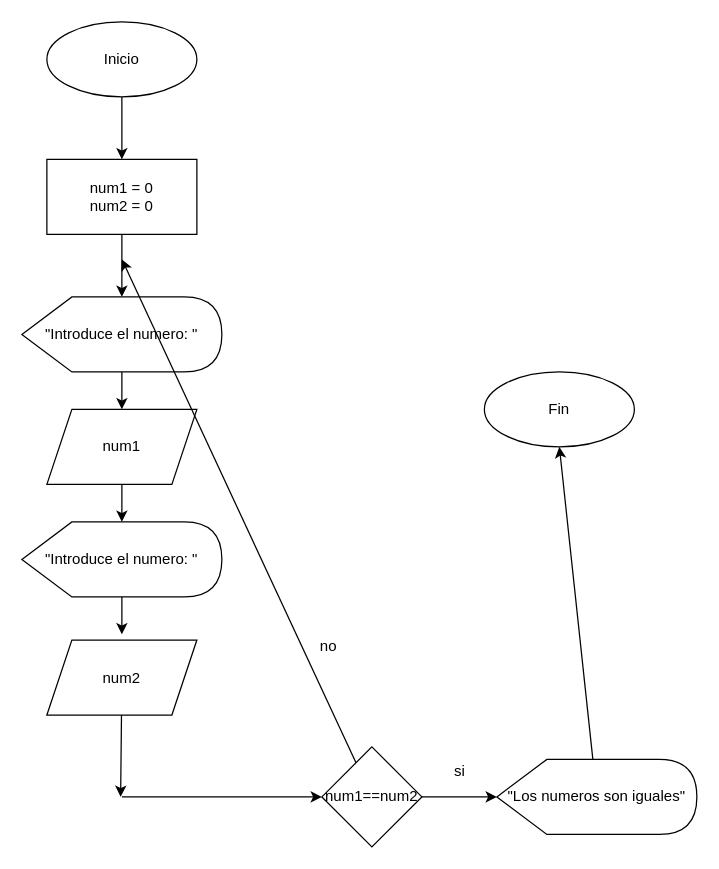
Above: Ejer4CasoPractico4.drawio in amjyebenes/DiagramasEntornos (draw.io), before the change. Source tidied: cells renumbered, new cells numbered last; positions are measured from the earlier drawing's top-left corner, leaving out a move shared by most shapes. Both pictures are drawn from the tidied source at 125%, with x=0, y=0 at pixel (21, 21).
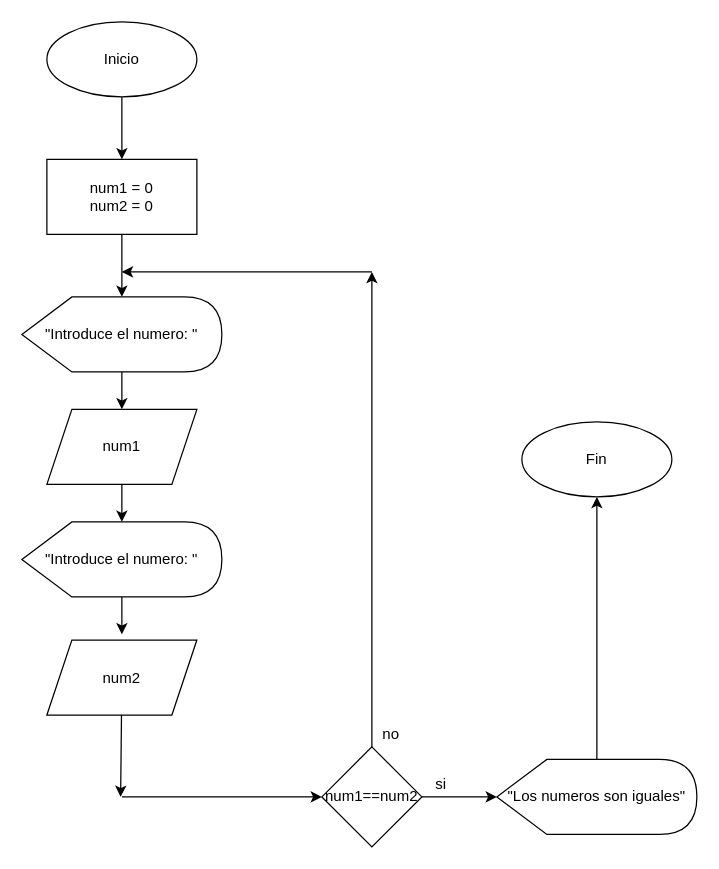
Above is the later version.

Unchanged cells that the change refers to:
```xml
<mxCell id="13" value="num1==num2" style="rhombus;whiteSpace=wrap;html=1;align=center;" parent="1" vertex="1">
  <mxGeometry x="240" y="580" width="80" height="80" as="geometry" />
</mxCell>
<mxCell id="16" value="&quot;Los numeros son iguales&quot;" style="shape=display;whiteSpace=wrap;html=1;" parent="1" vertex="1">
  <mxGeometry x="380" y="590" width="160" height="60" as="geometry" />
</mxCell>
```

The edit, as a diff of the source:
```diff
@@
-    <mxCell id="11" style="edgeStyle=none;rounded=0;jettySize=auto;html=1;" parent="1" edge="1" source="13">
-      <mxGeometry relative="1" as="geometry">
-        <mxPoint x="80" y="190" as="targetPoint" />
-      </mxGeometry>
-    </mxCell>
@@
+    <mxCell id="23" style="edgeStyle=orthogonalEdgeStyle;rounded=0;jettySize=auto;html=1;" parent="1" edge="1" source="13">
+      <mxGeometry relative="1" as="geometry">
+        <mxPoint x="280" y="200" as="targetPoint" />
+      </mxGeometry>
+    </mxCell>
@@
-    <mxCell id="14" value="no" style="text;html=1;align=center;verticalAlign=middle;strokeColor=none;fillColor=none;" parent="1" vertex="1">
-      <mxGeometry x="230" y="490" width="30" height="20" as="geometry" />
-    </mxCell>
-    <mxCell id="15" style="edgeStyle=none;rounded=0;jettySize=auto;html=1;" parent="1" edge="1" source="16">
-      <mxGeometry relative="1" as="geometry">
-        <mxPoint x="430" y="340" as="targetPoint" />
-      </mxGeometry>
-    </mxCell>
+    <mxCell id="24" style="edgeStyle=orthogonalEdgeStyle;rounded=0;jettySize=auto;html=1;" parent="1" edge="1" source="16">
+      <mxGeometry relative="1" as="geometry">
+        <mxPoint x="460" y="380" as="targetPoint" />
+      </mxGeometry>
+    </mxCell>
@@
     <mxCell id="17" value="Fin" style="ellipse;whiteSpace=wrap;html=1;align=center;" parent="1" vertex="1">
-      <mxGeometry x="370" y="280" width="120" height="60" as="geometry" />
+      <mxGeometry x="400" y="320" width="120" height="60" as="geometry" />
     </mxCell>
@@
     <mxCell id="22" value="si" style="text;html=1;align=center;verticalAlign=middle;strokeColor=none;fillColor=none;" parent="1" vertex="1">
-      <mxGeometry x="335" y="590" width="30" height="20" as="geometry" />
+      <mxGeometry x="320" y="600" width="30" height="20" as="geometry" />
     </mxCell>
+    <mxCell id="25" style="edgeStyle=segmentEdgeStyle;endArrow=classic;html=1;rounded=0;" parent="1" edge="1">
+      <mxGeometry relative="1" as="geometry">
+        <mxPoint x="280" y="200" as="sourcePoint" />
+        <mxPoint x="80" y="200" as="targetPoint" />
+      </mxGeometry>
+    </mxCell>
+    <mxCell id="14" value="no" style="text;html=1;align=center;verticalAlign=middle;strokeColor=none;fillColor=none;" parent="1" vertex="1">
+      <mxGeometry x="280" y="560" width="30" height="20" as="geometry" />
+    </mxCell>
```
